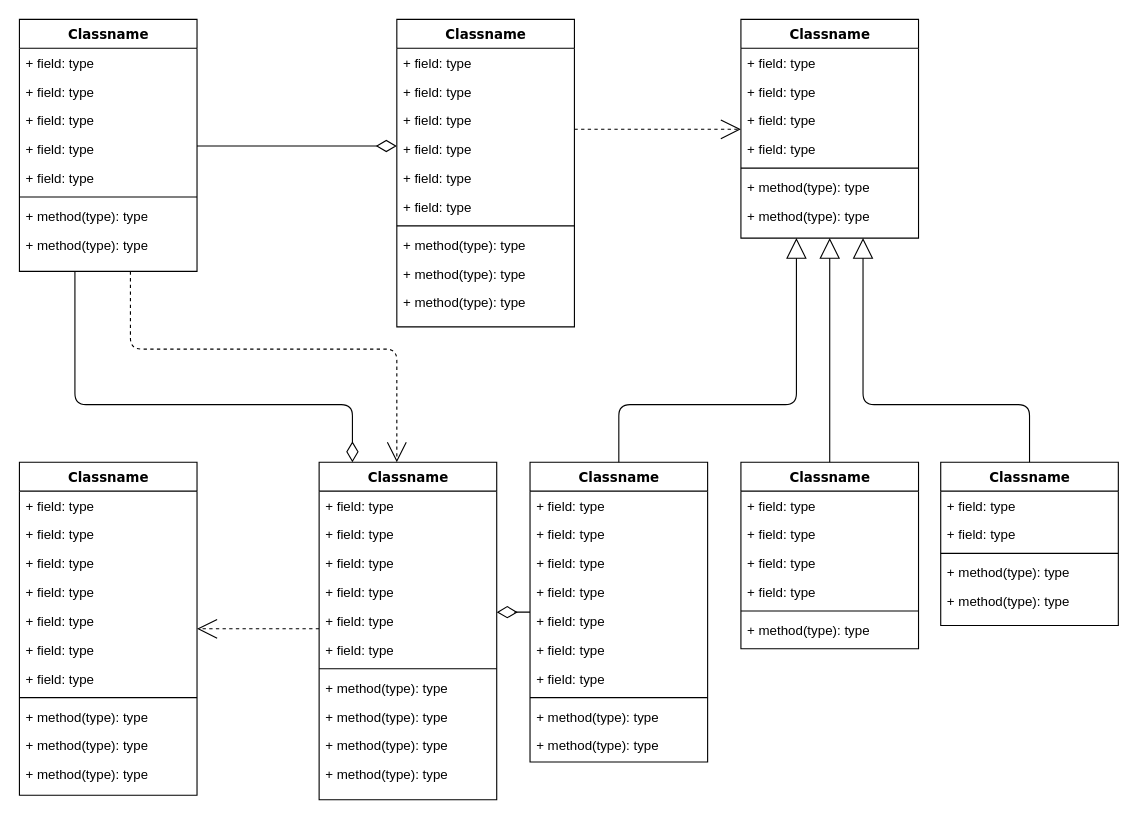
The draw.io diagram Untitled Diagram.drawio in ayelet/MineCraft, before the edit. Source tidied: cells renumbered, new cells numbered last; positions are measured from the earlier drawing's top-left corner, leaving out a move shared by most shapes. Both pictures are drawn from the tidied source at 111%, with x=0, y=0 at pixel (19, 19).
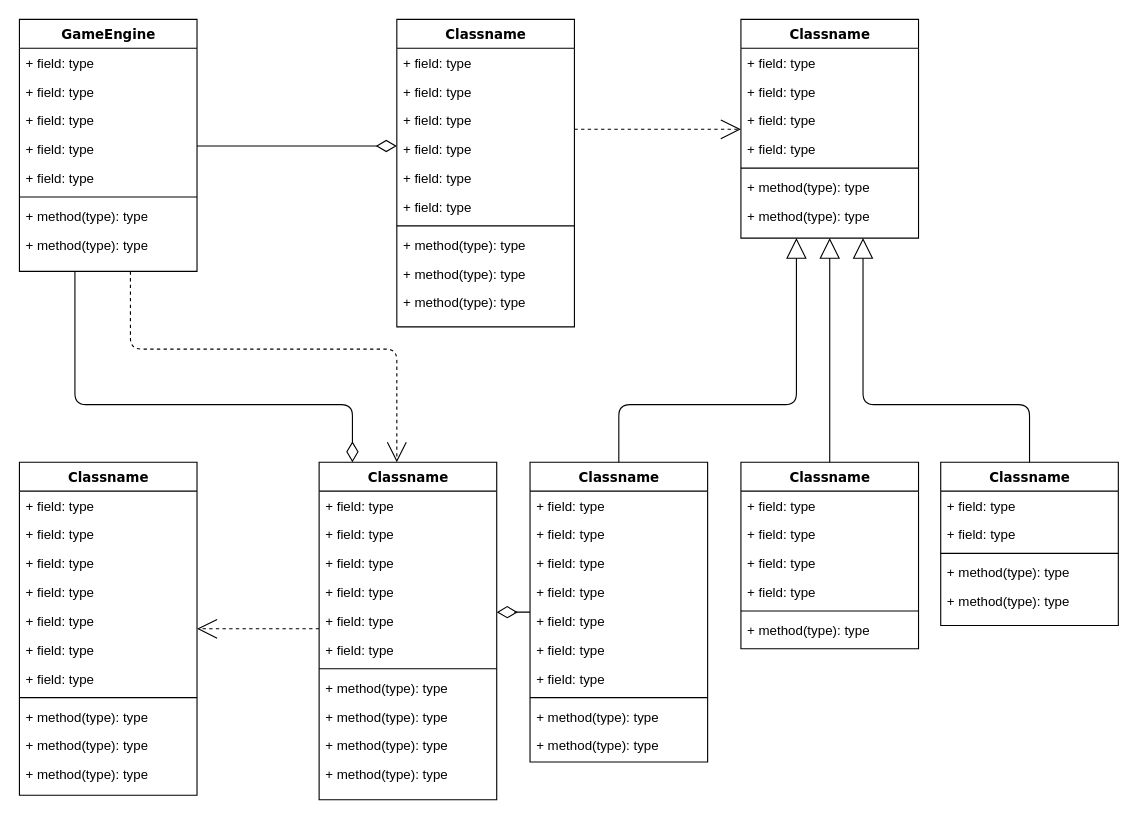
After the change.

What changed in the source:
```diff
@@
-    <mxCell id="4" value="Classname" style="swimlane;html=1;fontStyle=1;align=center;verticalAlign=top;horizontal=1;startSize=26;swimlaneFillColor=#ffffff;rounded=0;shadow=0;comic=0;labelBackgroundColor=none;strokeWidth=1;fillColor=none;fontFamily=Verdana;fontSize=12;" parent="1" vertex="1">
+    <mxCell id="4" value="GameEngine" style="swimlane;html=1;fontStyle=1;align=center;verticalAlign=top;horizontal=1;startSize=26;swimlaneFillColor=#ffffff;rounded=0;shadow=0;comic=0;labelBackgroundColor=none;strokeWidth=1;fillColor=none;fontFamily=Verdana;fontSize=12;" parent="1" vertex="1">
       <mxGeometry width="160" height="227" as="geometry" />
     </mxCell>
```
